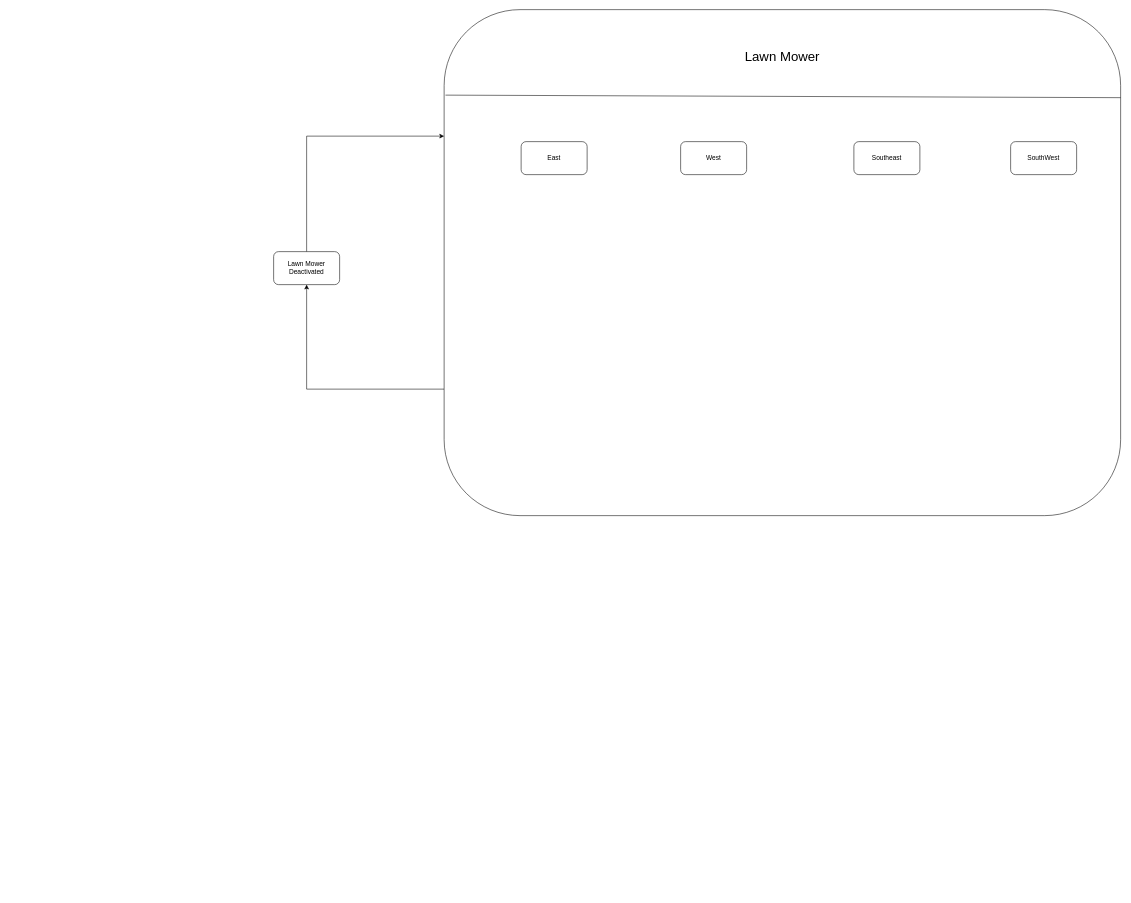
Earlier version of the draw.io diagram Assignment4_CSE4361.drawio (VoHoAnhTuan/Diagrams). Source tidied: cells renumbered, new cells numbered last; positions are measured from the earlier drawing's top-left corner, leaving out a move shared by most shapes. Both pictures are drawn from the tidied source at 55%, with x=0, y=0 at pixel (273, 9).
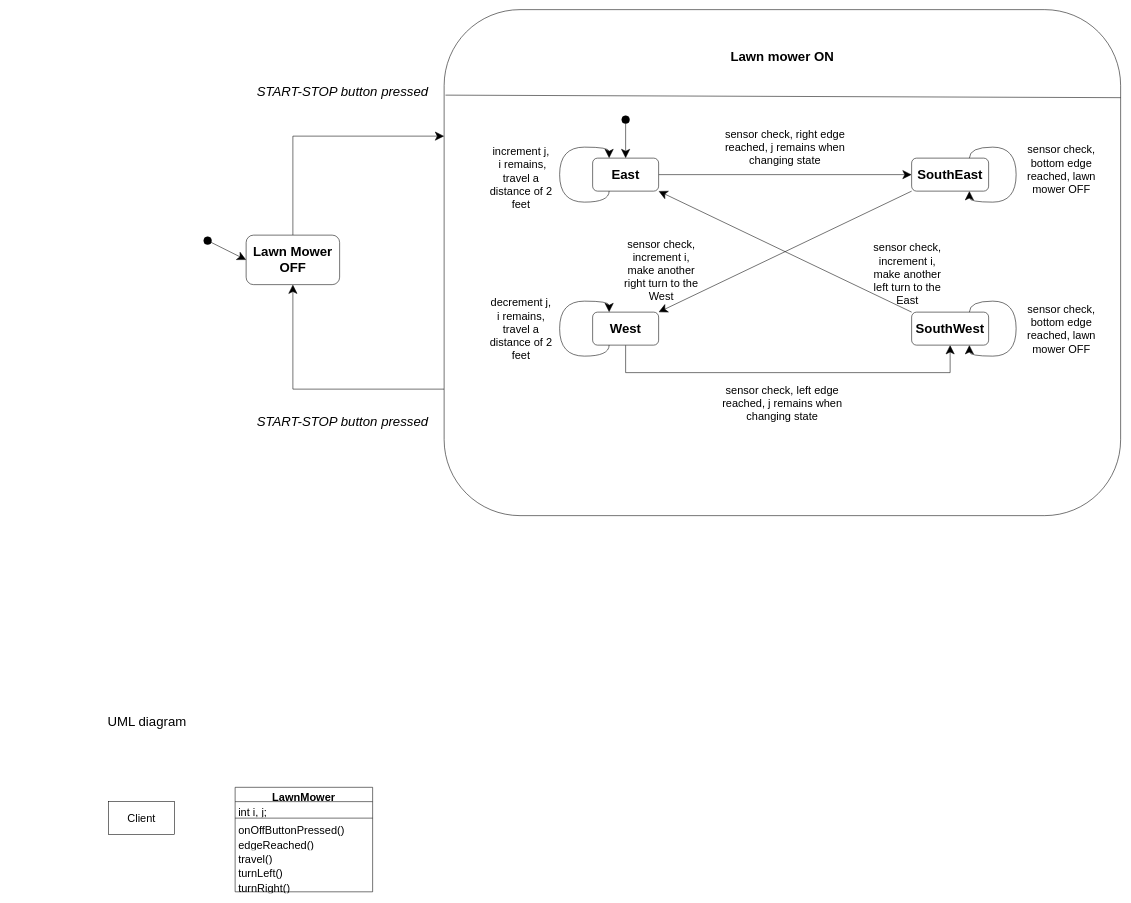
After the change.

The change refers to these unchanged cells:
```xml
<mxCell id="3" style="rounded=1;whiteSpace=wrap;html=1;" parent="1" vertex="1">
  <mxGeometry x="310" width="1230" height="920" as="geometry" />
</mxCell>
```

Diff of the diagram source:
```diff
@@
-    <mxCell id="2" style="edgeStyle=orthogonalEdgeStyle;rounded=0;jettySize=auto;html=1;exitX=0;exitY=0.75;exitDx=0;exitDy=0;entryX=0.5;entryY=1;entryDx=0;entryDy=0;" parent="1" edge="1" source="3" target="11">
-      <mxGeometry relative="1" as="geometry">
-        <Array as="points">
-          <mxPoint x="60" y="690" />
-        </Array>
-      </mxGeometry>
+    <mxCell id="2" style="edgeStyle=orthogonalEdgeStyle;rounded=0;jettySize=auto;html=1;exitX=0;exitY=0.75;exitDx=0;exitDy=0;entryX=0.5;entryY=1;entryDx=0;entryDy=0;endSize=14;" parent="1" edge="1" source="3" target="11">
+      <mxGeometry relative="1" as="geometry" />
     </mxCell>
@@
-    <mxCell id="4" value="&lt;div style=&quot;font-size: 24px;&quot;&gt;Lawn Mower&lt;b&gt;&lt;br&gt;&lt;/b&gt;&lt;/div&gt;" style="text;html=1;strokeColor=none;fillColor=none;align=center;verticalAlign=middle;whiteSpace=wrap;rounded=0;" parent="1" vertex="1">
+    <mxCell id="4" value="&lt;font style=&quot;font-size: 24px;&quot;&gt;Lawn mower ON&lt;br&gt;&lt;/font&gt;" style="text;html=1;strokeColor=none;fillColor=none;align=center;verticalAlign=middle;whiteSpace=wrap;rounded=0;fontStyle=1;" parent="1" vertex="1">
       <mxGeometry x="755" y="70" width="340" height="30" as="geometry" />
     </mxCell>
@@
+    <mxCell id="12" style="edgeStyle=orthogonalEdgeStyle;rounded=0;jettySize=auto;html=1;exitX=1;exitY=0.5;exitDx=0;exitDy=0;entryX=0;entryY=0.5;entryDx=0;entryDy=0;endSize=14;" parent="1" edge="1" source="6" target="8">
+      <mxGeometry relative="1" as="geometry" />
+    </mxCell>
-    <mxCell id="6" value="East" style="rounded=1;whiteSpace=wrap;html=1;" parent="1" vertex="1">
-      <mxGeometry x="450" y="240" width="120" height="60" as="geometry" />
+    <mxCell id="6" value="&lt;font style=&quot;font-size: 24px;&quot;&gt;East&lt;/font&gt;" style="rounded=1;whiteSpace=wrap;html=1;fontStyle=1;" parent="1" vertex="1">
+      <mxGeometry x="580" y="270" width="120" height="60" as="geometry" />
     </mxCell>
+    <mxCell id="13" style="edgeStyle=orthogonalEdgeStyle;rounded=0;jettySize=auto;html=1;exitX=0.5;exitY=1;exitDx=0;exitDy=0;entryX=0.5;entryY=1;entryDx=0;entryDy=0;endSize=14;" parent="1" edge="1" source="7" target="9">
+      <mxGeometry relative="1" as="geometry">
+        <Array as="points">
+          <mxPoint x="640" y="660" />
+          <mxPoint x="1230" y="660" />
+        </Array>
+      </mxGeometry>
+    </mxCell>
-    <mxCell id="7" value="West" style="rounded=1;whiteSpace=wrap;html=1;" parent="1" vertex="1">
-      <mxGeometry x="740" y="240" width="120" height="60" as="geometry" />
+    <mxCell id="7" value="&lt;font style=&quot;font-size: 24px;&quot;&gt;West&lt;/font&gt;" style="rounded=1;whiteSpace=wrap;html=1;fontStyle=1;" parent="1" vertex="1">
+      <mxGeometry x="580" y="550" width="120" height="60" as="geometry" />
     </mxCell>
+    <mxCell id="14" style="rounded=0;jettySize=auto;html=1;exitX=0;exitY=1;exitDx=0;exitDy=0;entryX=1;entryY=0;entryDx=0;entryDy=0;endSize=14;" parent="1" edge="1" source="8" target="7">
+      <mxGeometry relative="1" as="geometry" />
+    </mxCell>
-    <mxCell id="8" value="Southeast" style="rounded=1;whiteSpace=wrap;html=1;" parent="1" vertex="1">
-      <mxGeometry x="1055" y="240" width="120" height="60" as="geometry" />
+    <mxCell id="8" value="&lt;font style=&quot;font-size: 24px;&quot;&gt;SouthEast&lt;/font&gt;" style="rounded=1;html=1;fontStyle=1;whiteSpace=wrap;spacingTop=1;spacing=14;" parent="1" vertex="1">
+      <mxGeometry x="1160" y="270" width="140" height="60" as="geometry" />
     </mxCell>
+    <mxCell id="15" style="rounded=0;jettySize=auto;html=1;exitX=0;exitY=0;exitDx=0;exitDy=0;entryX=1;entryY=1;entryDx=0;entryDy=0;endSize=14;" parent="1" edge="1" source="9" target="6">
+      <mxGeometry relative="1" as="geometry" />
+    </mxCell>
-    <mxCell id="9" value="&lt;div&gt;SouthWest&lt;/div&gt;" style="rounded=1;whiteSpace=wrap;html=1;" parent="1" vertex="1">
-      <mxGeometry x="1340" y="240" width="120" height="60" as="geometry" />
+    <mxCell id="9" value="&lt;div style=&quot;font-size: 24px;&quot;&gt;&lt;font style=&quot;font-size: 24px;&quot;&gt;SouthWest&lt;/font&gt;&lt;/div&gt;" style="rounded=1;html=1;fontStyle=1;whiteSpace=wrap;spacingTop=1;spacing=14;" parent="1" vertex="1">
+      <mxGeometry x="1160" y="550" width="140" height="60" as="geometry" />
     </mxCell>
-    <mxCell id="10" style="edgeStyle=orthogonalEdgeStyle;rounded=0;jettySize=auto;html=1;exitX=0.5;exitY=0;exitDx=0;exitDy=0;entryX=0;entryY=0.25;entryDx=0;entryDy=0;" parent="1" edge="1" source="11" target="3">
+    <mxCell id="10" style="edgeStyle=orthogonalEdgeStyle;rounded=0;jettySize=auto;html=1;exitX=0.5;exitY=0;exitDx=0;exitDy=0;entryX=0;entryY=0.25;entryDx=0;entryDy=0;endSize=14;" parent="1" edge="1" source="11" target="3">
       <mxGeometry relative="1" as="geometry">
         <Array as="points">
-          <mxPoint x="60" y="230" />
+          <mxPoint x="35" y="230" />
         </Array>
       </mxGeometry>
     </mxCell>
-    <mxCell id="11" value="Lawn Mower Deactivated" style="rounded=1;whiteSpace=wrap;html=1;" parent="1" vertex="1">
-      <mxGeometry y="440" width="120" height="60" as="geometry" />
+    <mxCell id="11" value="&lt;font style=&quot;font-size: 24px;&quot;&gt;Lawn Mower OFF&lt;br&gt;&lt;/font&gt;" style="rounded=1;whiteSpace=wrap;html=1;fontStyle=1;" parent="1" vertex="1">
+      <mxGeometry x="-50" y="410" width="170" height="90" as="geometry" />
     </mxCell>
+    <mxCell id="16" value="&lt;font style=&quot;font-size: 24px;&quot;&gt;START-STOP button pressed&lt;br&gt;&lt;/font&gt;" style="text;html=1;align=center;verticalAlign=middle;strokeColor=none;fillColor=none;fontStyle=2;" parent="1" vertex="1">
+      <mxGeometry x="-40" y="130" width="330" height="40" as="geometry" />
+    </mxCell>
+    <mxCell id="17" value="&lt;font style=&quot;font-size: 24px;&quot;&gt;START-STOP button pressed&lt;br&gt;&lt;/font&gt;" style="text;html=1;align=center;verticalAlign=middle;strokeColor=none;fillColor=none;fontStyle=2;" parent="1" vertex="1">
+      <mxGeometry x="-40" y="730" width="330" height="40" as="geometry" />
+    </mxCell>
+    <mxCell id="18" style="endArrow=classic;html=1;rounded=0;entryX=0;entryY=0.5;entryDx=0;entryDy=0;endSize=14;startSize=14;startArrow=oval;startFill=1;" parent="1" edge="1" target="11">
+      <mxGeometry relative="1" as="geometry">
+        <mxPoint x="-120" y="420" as="sourcePoint" />
+      </mxGeometry>
+    </mxCell>
+    <mxCell id="19" style="edgeStyle=orthogonalEdgeStyle;rounded=0;orthogonalLoop=1;jettySize=auto;html=1;exitX=0.25;exitY=1;exitDx=0;exitDy=0;entryX=0.25;entryY=0;entryDx=0;entryDy=0;curved=1;endSize=14;" parent="1" edge="1" source="6" target="6">
+      <mxGeometry relative="1" as="geometry">
+        <Array as="points">
+          <mxPoint x="610" y="350" />
+          <mxPoint x="520" y="350" />
+          <mxPoint x="520" y="250" />
+          <mxPoint x="610" y="250" />
+        </Array>
+      </mxGeometry>
+    </mxCell>
+    <mxCell id="20" value="&lt;div&gt;&lt;font style=&quot;font-size: 20px;&quot;&gt;increment j,&lt;/font&gt;&lt;/div&gt;&lt;div&gt;&lt;font style=&quot;font-size: 20px;&quot;&gt;&amp;nbsp;i remains, travel a distance of 2 feet&lt;/font&gt;&lt;/div&gt;" style="text;html=1;strokeColor=none;fillColor=none;align=center;verticalAlign=middle;whiteSpace=wrap;rounded=0;" parent="1" vertex="1">
+      <mxGeometry x="390" y="250" width="120" height="110" as="geometry" />
+    </mxCell>
+    <mxCell id="21" value="&lt;font style=&quot;font-size: 20px;&quot;&gt;sensor check, right edge reached, j remains when changing state&lt;br&gt;&lt;/font&gt;" style="text;html=1;strokeColor=none;fillColor=none;align=center;verticalAlign=middle;whiteSpace=wrap;rounded=0;" parent="1" vertex="1">
+      <mxGeometry x="820" y="210" width="220" height="80" as="geometry" />
+    </mxCell>
+    <mxCell id="22" value="&lt;div&gt;&lt;font style=&quot;font-size: 20px;&quot;&gt;sensor check,&lt;/font&gt;&lt;/div&gt;&lt;div&gt;&lt;font style=&quot;font-size: 20px;&quot;&gt;increment i, make another right turn to the West&lt;/font&gt;&lt;/div&gt;" style="text;html=1;strokeColor=none;fillColor=none;align=center;verticalAlign=middle;whiteSpace=wrap;rounded=0;" parent="1" vertex="1">
+      <mxGeometry x="630" y="420" width="150" height="105" as="geometry" />
+    </mxCell>
+    <mxCell id="23" style="edgeStyle=orthogonalEdgeStyle;rounded=0;orthogonalLoop=1;jettySize=auto;html=1;exitX=0.25;exitY=1;exitDx=0;exitDy=0;entryX=0.25;entryY=0;entryDx=0;entryDy=0;curved=1;endSize=14;" parent="1" edge="1" source="7" target="7">
+      <mxGeometry relative="1" as="geometry">
+        <Array as="points">
+          <mxPoint x="610" y="630" />
+          <mxPoint x="520" y="630" />
+          <mxPoint x="520" y="530" />
+          <mxPoint x="610" y="530" />
+        </Array>
+      </mxGeometry>
+    </mxCell>
+    <mxCell id="24" value="&lt;div&gt;&lt;font style=&quot;font-size: 20px;&quot;&gt;decrement j,&lt;/font&gt;&lt;/div&gt;&lt;div&gt;&lt;font style=&quot;font-size: 20px;&quot;&gt;i remains, travel a distance of 2 feet&lt;/font&gt;&lt;/div&gt;" style="text;html=1;strokeColor=none;fillColor=none;align=center;verticalAlign=middle;whiteSpace=wrap;rounded=0;" parent="1" vertex="1">
+      <mxGeometry x="390" y="525" width="120" height="110" as="geometry" />
+    </mxCell>
+    <mxCell id="25" value="&lt;font style=&quot;font-size: 20px;&quot;&gt;sensor check, left edge reached, j remains when changing state&lt;br&gt;&lt;/font&gt;" style="text;html=1;strokeColor=none;fillColor=none;align=center;verticalAlign=middle;whiteSpace=wrap;rounded=0;" parent="1" vertex="1">
+      <mxGeometry x="810" y="660" width="230" height="110" as="geometry" />
+    </mxCell>
+    <mxCell id="26" style="endArrow=classic;endFill=1;endSize=14;html=1;rounded=0;entryX=0.5;entryY=0;entryDx=0;entryDy=0;startArrow=oval;startFill=1;startSize=14;" parent="1" edge="1" target="6">
+      <mxGeometry relative="1" as="geometry">
+        <mxPoint x="640" y="200" as="sourcePoint" />
+      </mxGeometry>
+    </mxCell>
+    <mxCell id="27" value="&lt;font style=&quot;font-size: 20px;&quot;&gt;sensor check, increment i, make another left turn to the East&lt;br&gt;&lt;/font&gt;" style="text;html=1;strokeColor=none;fillColor=none;align=center;verticalAlign=middle;whiteSpace=wrap;rounded=0;" parent="1" vertex="1">
+      <mxGeometry x="1080" y="440" width="145" height="80" as="geometry" />
+    </mxCell>
+    <mxCell id="28" style="edgeStyle=orthogonalEdgeStyle;rounded=0;orthogonalLoop=1;jettySize=auto;html=1;exitX=0.75;exitY=0;exitDx=0;exitDy=0;entryX=0.75;entryY=1;entryDx=0;entryDy=0;curved=1;endSize=14;" parent="1" edge="1" source="9" target="9">
+      <mxGeometry relative="1" as="geometry">
+        <Array as="points">
+          <mxPoint x="1265" y="530" />
+          <mxPoint x="1350" y="530" />
+          <mxPoint x="1350" y="630" />
+          <mxPoint x="1265" y="630" />
+        </Array>
+      </mxGeometry>
+    </mxCell>
+    <mxCell id="29" value="&lt;font style=&quot;font-size: 20px;&quot;&gt;sensor check, bottom edge reached, lawn mower OFF&lt;br&gt;&lt;/font&gt;" style="text;html=1;strokeColor=none;fillColor=none;align=center;verticalAlign=middle;whiteSpace=wrap;rounded=0;" parent="1" vertex="1">
+      <mxGeometry x="1360" y="540" width="145" height="80" as="geometry" />
+    </mxCell>
+    <mxCell id="30" value="&lt;font style=&quot;font-size: 20px;&quot;&gt;sensor check, bottom edge reached, lawn mower OFF&lt;br&gt;&lt;/font&gt;" style="text;html=1;strokeColor=none;fillColor=none;align=center;verticalAlign=middle;whiteSpace=wrap;rounded=0;" parent="1" vertex="1">
+      <mxGeometry x="1360" y="250" width="145" height="80" as="geometry" />
+    </mxCell>
+    <mxCell id="31" style="edgeStyle=orthogonalEdgeStyle;rounded=0;orthogonalLoop=1;jettySize=auto;html=1;exitX=0.75;exitY=0;exitDx=0;exitDy=0;entryX=0.75;entryY=1;entryDx=0;entryDy=0;curved=1;endSize=14;" parent="1" edge="1" source="8" target="8">
+      <mxGeometry relative="1" as="geometry">
+        <Array as="points">
+          <mxPoint x="1265" y="250" />
+          <mxPoint x="1350" y="250" />
+          <mxPoint x="1350" y="350" />
+          <mxPoint x="1265" y="350" />
+        </Array>
+      </mxGeometry>
+    </mxCell>
+    <mxCell id="32" value="&lt;font style=&quot;font-size: 24px;&quot;&gt;UML diagram&lt;br&gt;&lt;/font&gt;" style="text;html=1;strokeColor=none;fillColor=none;align=center;verticalAlign=middle;whiteSpace=wrap;rounded=0;" parent="1" vertex="1">
+      <mxGeometry x="-480" y="1280" width="500" height="30" as="geometry" />
+    </mxCell>
+    <mxCell id="33" value="&lt;font style=&quot;font-size: 20px;&quot;&gt;Client&lt;/font&gt;" style="rounded=0;whiteSpace=wrap;html=1;" parent="1" vertex="1">
+      <mxGeometry x="-300" y="1440" width="120" height="60" as="geometry" />
+    </mxCell>
+    <mxCell id="34" value="&lt;font style=&quot;font-size: 20px;&quot;&gt;LawnMower&lt;/font&gt;" style="swimlane;fontStyle=1;align=center;verticalAlign=top;horizontal=1;startSize=26;whiteSpace=wrap;html=1;" parent="1" vertex="1">
+      <mxGeometry x="-70" y="1414" width="250" height="190" as="geometry" />
+    </mxCell>
+    <mxCell id="35" value="&lt;font style=&quot;font-size: 20px;&quot;&gt;int i, j;&lt;br&gt;&lt;/font&gt;" style="text;strokeColor=none;fillColor=none;align=left;verticalAlign=top;spacingLeft=4;spacingRight=4;overflow=hidden;whiteSpace=wrap;html=1;" parent="34" vertex="1">
+      <mxGeometry y="26" width="250" height="26" as="geometry" />
+    </mxCell>
+    <mxCell id="36" style="line;strokeWidth=1;fillColor=none;align=left;verticalAlign=middle;spacingTop=-1;spacingLeft=3;spacingRight=3;labelPosition=right;strokeColor=inherit;" parent="34" vertex="1">
+      <mxGeometry y="52" width="250" height="8" as="geometry" />
+    </mxCell>
+    <mxCell id="37" value="&lt;font style=&quot;font-size: 20px;&quot;&gt;onOffButtonPressed()&lt;/font&gt;" style="text;strokeColor=none;fillColor=none;align=left;verticalAlign=top;spacingLeft=4;spacingRight=4;overflow=hidden;whiteSpace=wrap;html=1;" parent="34" vertex="1">
+      <mxGeometry y="60" width="250" height="26" as="geometry" />
+    </mxCell>
+    <mxCell id="38" value="&lt;font style=&quot;font-size: 20px;&quot;&gt;edgeReached()&lt;/font&gt;" style="text;strokeColor=none;fillColor=none;align=left;verticalAlign=top;spacingLeft=4;spacingRight=4;overflow=hidden;whiteSpace=wrap;html=1;" parent="34" vertex="1">
+      <mxGeometry y="86" width="250" height="26" as="geometry" />
+    </mxCell>
+    <mxCell id="39" value="&lt;font style=&quot;font-size: 20px;&quot;&gt;travel()&lt;/font&gt;" style="text;strokeColor=none;fillColor=none;align=left;verticalAlign=top;spacingLeft=4;spacingRight=4;overflow=hidden;whiteSpace=wrap;html=1;" parent="34" vertex="1">
+      <mxGeometry y="112" width="250" height="26" as="geometry" />
+    </mxCell>
+    <mxCell id="40" value="&lt;font style=&quot;font-size: 20px;&quot;&gt;turnLeft()&lt;/font&gt;" style="text;strokeColor=none;fillColor=none;align=left;verticalAlign=top;spacingLeft=4;spacingRight=4;overflow=hidden;whiteSpace=wrap;html=1;" parent="34" vertex="1">
+      <mxGeometry y="138" width="250" height="26" as="geometry" />
+    </mxCell>
+    <mxCell id="41" value="&lt;font style=&quot;font-size: 20px;&quot;&gt;turnRight()&lt;/font&gt;" style="text;strokeColor=none;fillColor=none;align=left;verticalAlign=top;spacingLeft=4;spacingRight=4;overflow=hidden;whiteSpace=wrap;html=1;" parent="34" vertex="1">
+      <mxGeometry y="164" width="250" height="26" as="geometry" />
+    </mxCell>
```
